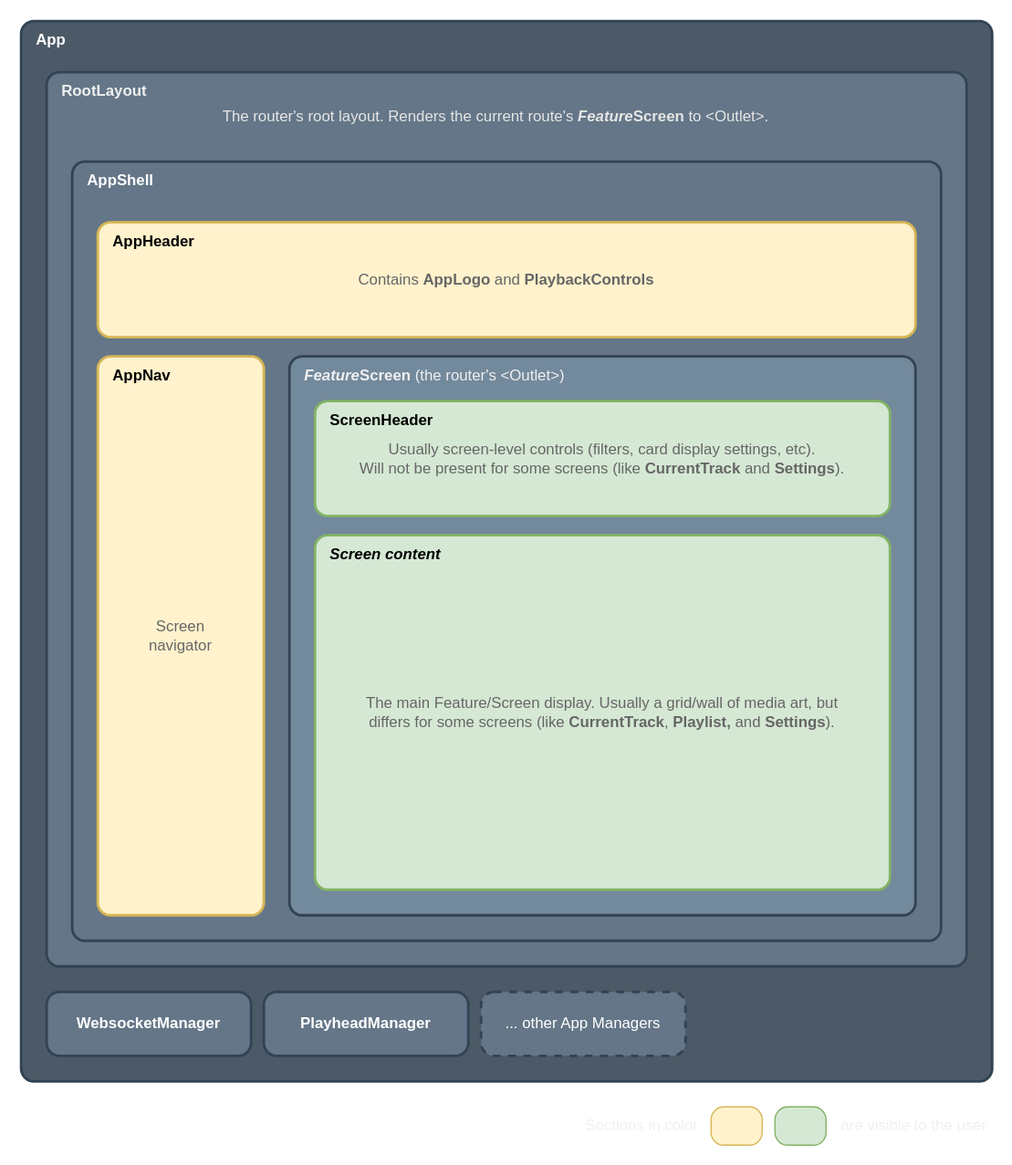
Above: media/vibinui_components.svg in mjoblin/vibinui (draw.io), before the change. Source tidied: cells renumbered, new cells last; positions are measured from the earlier drawing's top-left corner, leaving out a move shared by most shapes.
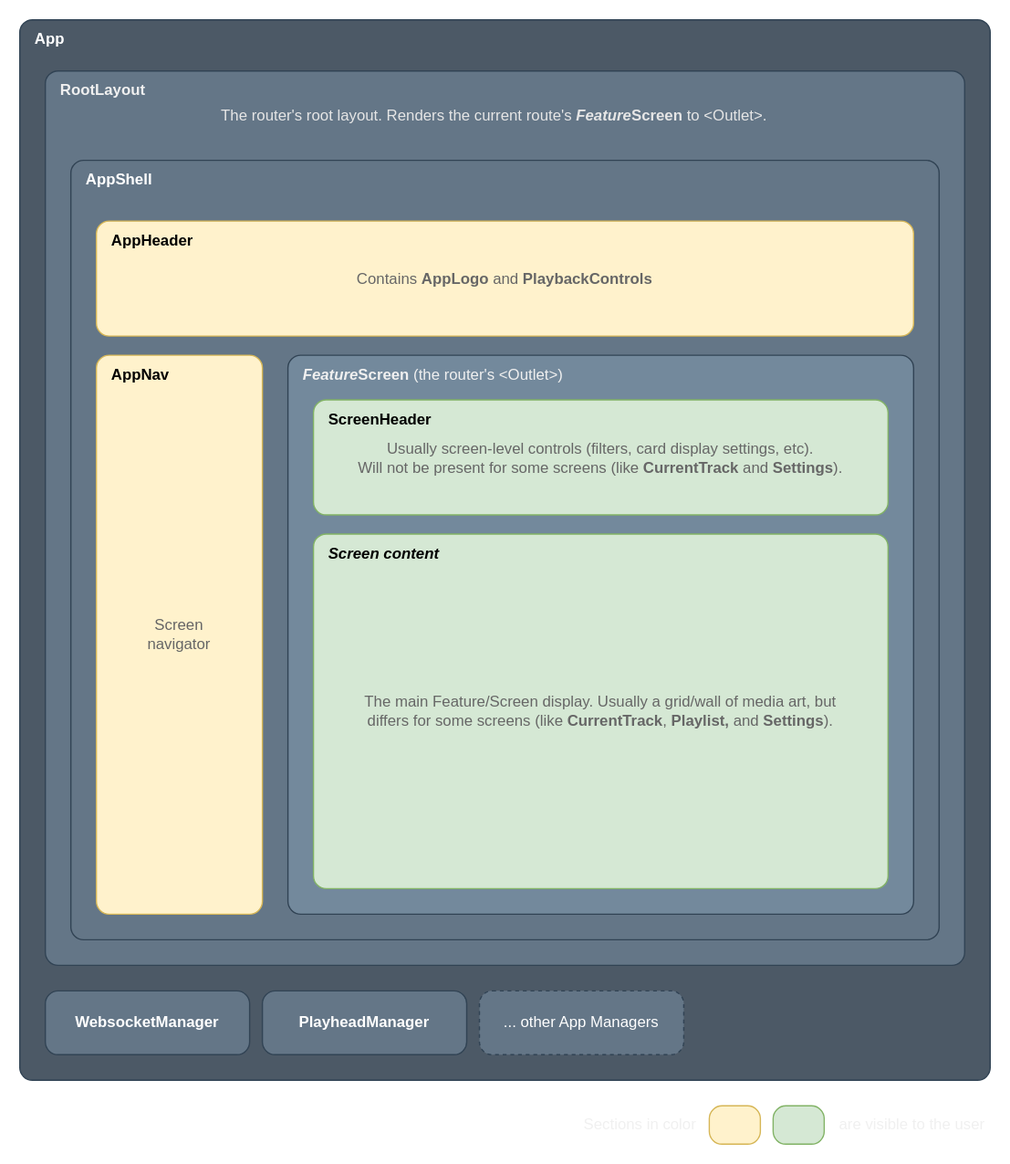
Later version of the same file.

Change to the diagram source:
```diff
@@ -2,19 +2,19 @@
   <root>
     <mxCell id="0" />
     <mxCell id="1" parent="0" />
-    <mxCell id="2" style="rounded=1;whiteSpace=wrap;html=1;absoluteArcSize=1;fillColor=#4C5966;fontColor=#ffffff;strokeColor=#314354;strokeWidth=2;" parent="1" vertex="1">
+    <mxCell id="2" style="rounded=1;whiteSpace=wrap;html=1;absoluteArcSize=1;fillColor=#4C5966;fontColor=#ffffff;strokeColor=#314354;strokeWidth=1;" parent="1" vertex="1">
       <mxGeometry width="760" height="830" as="geometry" />
     </mxCell>
-    <mxCell id="3" style="rounded=1;whiteSpace=wrap;html=1;absoluteArcSize=1;fillColor=#647687;fontColor=#ffffff;strokeColor=#314354;strokeWidth=2;" parent="1" vertex="1">
+    <mxCell id="3" style="rounded=1;whiteSpace=wrap;html=1;absoluteArcSize=1;fillColor=#647687;fontColor=#ffffff;strokeColor=#314354;strokeWidth=1;" parent="1" vertex="1">
       <mxGeometry x="20" y="40" width="720" height="700" as="geometry" />
     </mxCell>
-    <mxCell id="4" style="rounded=1;whiteSpace=wrap;html=1;absoluteArcSize=1;fillColor=#647687;fontColor=#ffffff;strokeColor=#314354;strokeWidth=2;" parent="1" vertex="1">
+    <mxCell id="4" style="rounded=1;whiteSpace=wrap;html=1;absoluteArcSize=1;fillColor=#647687;fontColor=#ffffff;strokeColor=#314354;strokeWidth=1;" parent="1" vertex="1">
       <mxGeometry x="40" y="110" width="680" height="610" as="geometry" />
     </mxCell>
-    <mxCell id="5" value="&lt;font color=&quot;#666666&quot;&gt;Screen&lt;br&gt;navigator&lt;/font&gt;" style="rounded=1;whiteSpace=wrap;html=1;absoluteArcSize=1;fillColor=#fff2cc;strokeColor=#d6b656;strokeWidth=2;" parent="1" vertex="1">
+    <mxCell id="5" value="&lt;font color=&quot;#666666&quot;&gt;Screen&lt;br&gt;navigator&lt;/font&gt;" style="rounded=1;whiteSpace=wrap;html=1;absoluteArcSize=1;fillColor=#fff2cc;strokeColor=#d6b656;strokeWidth=1;" parent="1" vertex="1">
       <mxGeometry x="60" y="262.5" width="130" height="437.5" as="geometry" />
     </mxCell>
-    <mxCell id="6" value="&lt;font color=&quot;#666666&quot;&gt;Contains &lt;b style=&quot;&quot;&gt;AppLogo&lt;/b&gt;&amp;nbsp;and &lt;b style=&quot;&quot;&gt;PlaybackControls&lt;/b&gt;&lt;/font&gt;" style="rounded=1;whiteSpace=wrap;html=1;absoluteArcSize=1;fillColor=#fff2cc;strokeColor=#d6b656;strokeWidth=2;" parent="1" vertex="1">
+    <mxCell id="6" value="&lt;font color=&quot;#666666&quot;&gt;Contains &lt;b style=&quot;&quot;&gt;AppLogo&lt;/b&gt;&amp;nbsp;and &lt;b style=&quot;&quot;&gt;PlaybackControls&lt;/b&gt;&lt;/font&gt;" style="rounded=1;whiteSpace=wrap;html=1;absoluteArcSize=1;fillColor=#fff2cc;strokeColor=#d6b656;strokeWidth=1;" parent="1" vertex="1">
       <mxGeometry x="60" y="157.5" width="640" height="90" as="geometry" />
     </mxCell>
     <mxCell id="7" value="&lt;font color=&quot;#ffffff&quot;&gt;App&lt;/font&gt;" style="text;html=1;strokeColor=none;fillColor=none;align=left;verticalAlign=middle;whiteSpace=wrap;rounded=0;fontStyle=1;" parent="1" vertex="1">
@@ -26,13 +26,13 @@
     <mxCell id="9" value="&lt;font color=&quot;#ffffff&quot;&gt;AppShell&lt;/font&gt;" style="text;html=1;strokeColor=none;fillColor=none;align=left;verticalAlign=middle;whiteSpace=wrap;rounded=0;fontStyle=1;" parent="1" vertex="1">
       <mxGeometry x="50" y="110" width="80" height="30" as="geometry" />
     </mxCell>
-    <mxCell id="10" style="rounded=1;whiteSpace=wrap;html=1;absoluteArcSize=1;fillColor=#73899C;fontColor=#ffffff;strokeColor=#314354;strokeWidth=2;" parent="1" vertex="1">
+    <mxCell id="10" style="rounded=1;whiteSpace=wrap;html=1;absoluteArcSize=1;fillColor=#73899C;fontColor=#ffffff;strokeColor=#314354;strokeWidth=1;" parent="1" vertex="1">
       <mxGeometry x="210" y="262.5" width="490" height="437.5" as="geometry" />
     </mxCell>
-    <mxCell id="11" value="&lt;font color=&quot;#666666&quot;&gt;Usually screen-level controls (filters, card display settings, etc).&lt;br&gt;Will not be present for some screens (like &lt;b style=&quot;&quot;&gt;CurrentTrack&lt;/b&gt; and&amp;nbsp;&lt;b style=&quot;&quot;&gt;Settings&lt;/b&gt;).&lt;/font&gt;" style="rounded=1;whiteSpace=wrap;html=1;absoluteArcSize=1;fillColor=#d5e8d4;strokeColor=#82b366;spacingLeft=0;spacing=2;strokeWidth=2;" parent="1" vertex="1">
+    <mxCell id="11" value="&lt;font color=&quot;#666666&quot;&gt;Usually screen-level controls (filters, card display settings, etc).&lt;br&gt;Will not be present for some screens (like &lt;b style=&quot;&quot;&gt;CurrentTrack&lt;/b&gt; and&amp;nbsp;&lt;b style=&quot;&quot;&gt;Settings&lt;/b&gt;).&lt;/font&gt;" style="rounded=1;whiteSpace=wrap;html=1;absoluteArcSize=1;fillColor=#d5e8d4;strokeColor=#82b366;spacingLeft=0;spacing=2;strokeWidth=1;" parent="1" vertex="1">
       <mxGeometry x="230" y="297.5" width="450" height="90" as="geometry" />
     </mxCell>
-    <mxCell id="12" value="&lt;font color=&quot;#666666&quot;&gt;The main Feature/Screen display. Usually a grid/wall of media art, but&lt;br&gt;differs for some screens (like &lt;b style=&quot;&quot;&gt;CurrentTrack&lt;/b&gt;,&amp;nbsp;&lt;b style=&quot;&quot;&gt;Playlist,&lt;/b&gt; and &lt;b style=&quot;&quot;&gt;Settings&lt;/b&gt;).&lt;/font&gt;" style="rounded=1;whiteSpace=wrap;html=1;absoluteArcSize=1;fillColor=#d5e8d4;strokeColor=#82b366;strokeWidth=2;" parent="1" vertex="1">
+    <mxCell id="12" value="&lt;font color=&quot;#666666&quot;&gt;The main Feature/Screen display. Usually a grid/wall of media art, but&lt;br&gt;differs for some screens (like &lt;b style=&quot;&quot;&gt;CurrentTrack&lt;/b&gt;,&amp;nbsp;&lt;b style=&quot;&quot;&gt;Playlist,&lt;/b&gt; and &lt;b style=&quot;&quot;&gt;Settings&lt;/b&gt;).&lt;/font&gt;" style="rounded=1;whiteSpace=wrap;html=1;absoluteArcSize=1;fillColor=#d5e8d4;strokeColor=#82b366;strokeWidth=1;" parent="1" vertex="1">
       <mxGeometry x="230" y="402.5" width="450" height="277.5" as="geometry" />
     </mxCell>
     <mxCell id="13" value="&lt;font color=&quot;#000000&quot;&gt;AppHeader&lt;/font&gt;" style="text;html=1;strokeColor=none;fillColor=none;align=left;verticalAlign=middle;whiteSpace=wrap;rounded=0;fontStyle=1;" parent="1" vertex="1">
@@ -53,13 +53,13 @@
     <mxCell id="18" value="&lt;font color=&quot;#e6e6e6&quot;&gt;The router's root layout. Renders the current route's&amp;nbsp;&lt;b style=&quot;&quot;&gt;&lt;i&gt;Feature&lt;/i&gt;Screen&lt;/b&gt;&amp;nbsp;to &amp;lt;Outlet&amp;gt;.&lt;/font&gt;" style="text;html=1;strokeColor=none;fillColor=none;align=left;verticalAlign=middle;whiteSpace=wrap;rounded=0;" parent="1" vertex="1">
       <mxGeometry x="156.2" y="60" width="447.5" height="30" as="geometry" />
     </mxCell>
-    <mxCell id="19" value="&lt;b&gt;WebsocketManager&lt;/b&gt;" style="rounded=1;whiteSpace=wrap;html=1;absoluteArcSize=1;fillColor=#647687;fontColor=#ffffff;strokeColor=#314354;strokeWidth=2;" parent="1" vertex="1">
+    <mxCell id="19" value="&lt;b&gt;WebsocketManager&lt;/b&gt;" style="rounded=1;whiteSpace=wrap;html=1;absoluteArcSize=1;fillColor=#647687;fontColor=#ffffff;strokeColor=#314354;strokeWidth=1;" parent="1" vertex="1">
       <mxGeometry x="20" y="760" width="160" height="50" as="geometry" />
     </mxCell>
-    <mxCell id="20" value="&lt;b&gt;PlayheadManager&lt;/b&gt;" style="rounded=1;whiteSpace=wrap;html=1;absoluteArcSize=1;fillColor=#647687;fontColor=#ffffff;strokeColor=#314354;strokeWidth=2;" parent="1" vertex="1">
+    <mxCell id="20" value="&lt;b&gt;PlayheadManager&lt;/b&gt;" style="rounded=1;whiteSpace=wrap;html=1;absoluteArcSize=1;fillColor=#647687;fontColor=#ffffff;strokeColor=#314354;strokeWidth=1;" parent="1" vertex="1">
       <mxGeometry x="190" y="760" width="160" height="50" as="geometry" />
     </mxCell>
-    <mxCell id="21" value="... other App Managers" style="rounded=1;whiteSpace=wrap;html=1;absoluteArcSize=1;dashed=1;fillColor=#647687;fontColor=#ffffff;strokeColor=#314354;strokeWidth=2;" parent="1" vertex="1">
+    <mxCell id="21" value="... other App Managers" style="rounded=1;whiteSpace=wrap;html=1;absoluteArcSize=1;dashed=1;fillColor=#647687;fontColor=#ffffff;strokeColor=#314354;strokeWidth=1;" parent="1" vertex="1">
       <mxGeometry x="360" y="760" width="160" height="50" as="geometry" />
     </mxCell>
     <mxCell id="22" value="Sections in color" style="text;html=1;strokeColor=none;fillColor=none;align=left;verticalAlign=middle;whiteSpace=wrap;rounded=0;" parent="1" vertex="1">
```
